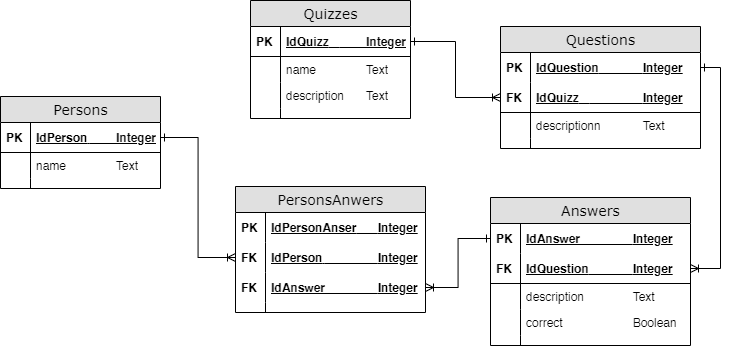
DavidCuy/pm_evaluation_system_backend keeps this draw.io diagram as documentation/database/ERD.png. Above is the earlier version. Source tidied: cells renumbered, new cells last; positions are measured from the earlier drawing's top-left corner, leaving out a move shared by most shapes.
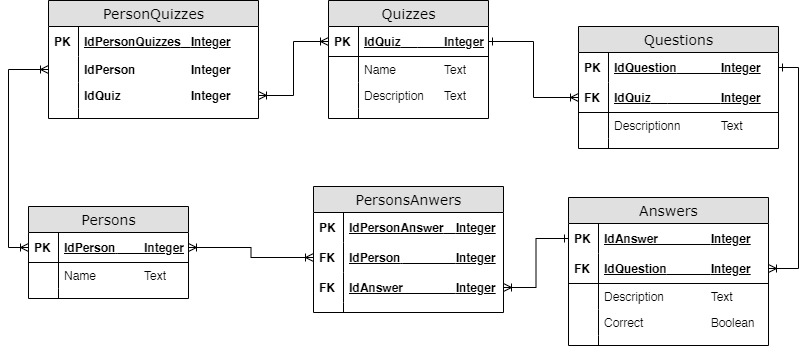
Above is the later version.

What changed in the source:
```diff
@@ -5,19 +5,19 @@
     <mxCell id="2" value="Quizzes" style="swimlane;html=1;fontStyle=0;horizontal=1;startSize=26;fillColor=#e0e0e0;swimlaneFillColor=#ffffff;align=center;rounded=0;shadow=0;comic=0;labelBackgroundColor=none;strokeWidth=1;fontFamily=Verdana;fontSize=14;swimlaneLine=1;" parent="1" vertex="1">
       <mxGeometry x="250" width="160" height="118" as="geometry" />
     </mxCell>
-    <mxCell id="3" value="IdQuizz&lt;span style=&quot;white-space: pre&quot;&gt;&#9;&lt;/span&gt;&lt;span style=&quot;white-space: pre&quot;&gt;&#9;&lt;/span&gt;Integer" style="shape=partialRectangle;top=0;left=0;right=0;bottom=1;html=1;align=left;verticalAlign=middle;fillColor=none;spacingLeft=34;spacingRight=4;whiteSpace=wrap;overflow=hidden;points=[[0,0.5],[1,0.5]];portConstraint=eastwest;fontStyle=5;" parent="2" vertex="1">
+    <mxCell id="3" value="IdQuiz&lt;span style=&quot;white-space: pre&quot;&gt;&#9;&lt;/span&gt;&lt;span style=&quot;white-space: pre&quot;&gt;&#9;&lt;/span&gt;Integer" style="shape=partialRectangle;top=0;left=0;right=0;bottom=1;html=1;align=left;verticalAlign=middle;fillColor=none;spacingLeft=34;spacingRight=4;whiteSpace=wrap;overflow=hidden;points=[[0,0.5],[1,0.5]];portConstraint=eastwest;fontStyle=5;" parent="2" vertex="1">
       <mxGeometry y="26" width="160" height="30" as="geometry" />
     </mxCell>
     <mxCell id="4" value="&lt;b&gt;PK&lt;/b&gt;" style="shape=partialRectangle;top=0;left=0;bottom=0;html=1;fillColor=none;align=left;verticalAlign=middle;spacingLeft=4;spacingRight=4;whiteSpace=wrap;overflow=hidden;" parent="3" vertex="1">
       <mxGeometry width="30" height="30" as="geometry" />
     </mxCell>
-    <mxCell id="5" value="name&lt;span style=&quot;white-space: pre&quot;&gt;&#9;&lt;/span&gt;&lt;span style=&quot;white-space: pre&quot;&gt;&#9;&lt;/span&gt;Text" style="shape=partialRectangle;top=0;left=0;right=0;bottom=0;html=1;align=left;verticalAlign=top;fillColor=none;spacingLeft=34;spacingRight=4;whiteSpace=wrap;overflow=hidden;" parent="2" vertex="1">
+    <mxCell id="5" value="Name&lt;span style=&quot;white-space: pre&quot;&gt;&#9;&lt;/span&gt;&lt;span style=&quot;white-space: pre&quot;&gt;&#9;&lt;/span&gt;Text" style="shape=partialRectangle;top=0;left=0;right=0;bottom=0;html=1;align=left;verticalAlign=top;fillColor=none;spacingLeft=34;spacingRight=4;whiteSpace=wrap;overflow=hidden;" parent="2" vertex="1">
       <mxGeometry y="56" width="160" height="26" as="geometry" />
     </mxCell>
     <mxCell id="6" style="shape=partialRectangle;top=0;left=0;bottom=0;html=1;fillColor=none;align=left;verticalAlign=top;spacingLeft=4;spacingRight=4;whiteSpace=wrap;overflow=hidden;" parent="5" vertex="1">
       <mxGeometry width="30" height="26" as="geometry" />
     </mxCell>
-    <mxCell id="7" value="description&lt;span style=&quot;white-space: pre&quot;&gt;&#9;&lt;/span&gt;Text" style="shape=partialRectangle;top=0;left=0;right=0;bottom=0;html=1;align=left;verticalAlign=top;fillColor=none;spacingLeft=34;spacingRight=4;whiteSpace=wrap;overflow=hidden;" parent="2" vertex="1">
+    <mxCell id="7" value="Description&lt;span style=&quot;white-space: pre&quot;&gt;&#9;&lt;/span&gt;Text" style="shape=partialRectangle;top=0;left=0;right=0;bottom=0;html=1;align=left;verticalAlign=top;fillColor=none;spacingLeft=34;spacingRight=4;whiteSpace=wrap;overflow=hidden;" parent="2" vertex="1">
       <mxGeometry y="82" width="160" height="26" as="geometry" />
     </mxCell>
     <mxCell id="8" style="shape=partialRectangle;top=0;left=0;bottom=0;html=1;fillColor=none;align=left;verticalAlign=top;spacingLeft=4;spacingRight=4;whiteSpace=wrap;overflow=hidden;" parent="7" vertex="1">
@@ -38,13 +38,13 @@
     <mxCell id="13" value="&lt;b&gt;PK&lt;/b&gt;" style="shape=partialRectangle;top=0;left=0;bottom=0;html=1;fillColor=none;align=left;verticalAlign=middle;spacingLeft=4;spacingRight=4;whiteSpace=wrap;overflow=hidden;" parent="12" vertex="1">
       <mxGeometry width="30" height="30" as="geometry" />
     </mxCell>
-    <mxCell id="14" value="IdQuizz&lt;span style=&quot;white-space: pre&quot;&gt;&#9;&lt;/span&gt;&lt;span style=&quot;white-space: pre&quot;&gt;&#9;&lt;span style=&quot;white-space: pre&quot;&gt;&#9;&lt;/span&gt;&lt;/span&gt;Integer" style="shape=partialRectangle;top=0;left=0;right=0;bottom=1;html=1;align=left;verticalAlign=middle;fillColor=none;spacingLeft=34;spacingRight=4;whiteSpace=wrap;overflow=hidden;points=[[0,0.5],[1,0.5]];portConstraint=eastwest;fontStyle=5;" parent="11" vertex="1">
+    <mxCell id="14" value="IdQuiz&lt;span style=&quot;white-space: pre&quot;&gt;&#9;&lt;/span&gt;&lt;span style=&quot;white-space: pre&quot;&gt;&#9;&lt;/span&gt;&lt;span style=&quot;white-space: pre&quot;&gt;&#9;&lt;/span&gt;Integer" style="shape=partialRectangle;top=0;left=0;right=0;bottom=1;html=1;align=left;verticalAlign=middle;fillColor=none;spacingLeft=34;spacingRight=4;whiteSpace=wrap;overflow=hidden;points=[[0,0.5],[1,0.5]];portConstraint=eastwest;fontStyle=5;" parent="11" vertex="1">
       <mxGeometry y="56" width="200" height="30" as="geometry" />
     </mxCell>
     <mxCell id="15" value="&lt;b&gt;FK&lt;/b&gt;" style="shape=partialRectangle;top=0;left=0;bottom=0;html=1;fillColor=none;align=left;verticalAlign=middle;spacingLeft=4;spacingRight=4;whiteSpace=wrap;overflow=hidden;" parent="14" vertex="1">
       <mxGeometry width="30" height="30" as="geometry" />
     </mxCell>
-    <mxCell id="16" value="descriptionn&lt;span style=&quot;white-space: pre&quot;&gt;&#9;&lt;/span&gt;&lt;span style=&quot;white-space: pre&quot;&gt;&#9;&lt;/span&gt;Text" style="shape=partialRectangle;top=0;left=0;right=0;bottom=0;html=1;align=left;verticalAlign=top;fillColor=none;spacingLeft=34;spacingRight=4;whiteSpace=wrap;overflow=hidden;" parent="11" vertex="1">
+    <mxCell id="16" value="Descriptionn&lt;span style=&quot;white-space: pre&quot;&gt;&#9;&lt;/span&gt;&lt;span style=&quot;white-space: pre&quot;&gt;&#9;&lt;/span&gt;Text" style="shape=partialRectangle;top=0;left=0;right=0;bottom=0;html=1;align=left;verticalAlign=top;fillColor=none;spacingLeft=34;spacingRight=4;whiteSpace=wrap;overflow=hidden;" parent="11" vertex="1">
       <mxGeometry y="86" width="200" height="26" as="geometry" />
     </mxCell>
     <mxCell id="17" style="shape=partialRectangle;top=0;left=0;bottom=0;html=1;fillColor=none;align=left;verticalAlign=top;spacingLeft=4;spacingRight=4;whiteSpace=wrap;overflow=hidden;" parent="16" vertex="1">
@@ -74,13 +74,13 @@
     <mxCell id="25" value="&lt;b&gt;FK&lt;/b&gt;" style="shape=partialRectangle;top=0;left=0;bottom=0;html=1;fillColor=none;align=left;verticalAlign=middle;spacingLeft=4;spacingRight=4;whiteSpace=wrap;overflow=hidden;" parent="24" vertex="1">
       <mxGeometry width="30" height="30" as="geometry" />
     </mxCell>
-    <mxCell id="26" value="description&lt;span style=&quot;white-space: pre&quot;&gt;&#9;&lt;/span&gt;&lt;span style=&quot;white-space: pre&quot;&gt;&#9;&lt;/span&gt;Text" style="shape=partialRectangle;top=0;left=0;right=0;bottom=0;html=1;align=left;verticalAlign=top;fillColor=none;spacingLeft=34;spacingRight=4;whiteSpace=wrap;overflow=hidden;" parent="21" vertex="1">
+    <mxCell id="26" value="Description&lt;span style=&quot;white-space: pre&quot;&gt;&#9;&lt;/span&gt;&lt;span style=&quot;white-space: pre&quot;&gt;&#9;&lt;/span&gt;Text" style="shape=partialRectangle;top=0;left=0;right=0;bottom=0;html=1;align=left;verticalAlign=top;fillColor=none;spacingLeft=34;spacingRight=4;whiteSpace=wrap;overflow=hidden;" parent="21" vertex="1">
       <mxGeometry y="86" width="200" height="26" as="geometry" />
     </mxCell>
     <mxCell id="27" style="shape=partialRectangle;top=0;left=0;bottom=0;html=1;fillColor=none;align=left;verticalAlign=top;spacingLeft=4;spacingRight=4;whiteSpace=wrap;overflow=hidden;" parent="26" vertex="1">
       <mxGeometry width="30" height="26" as="geometry" />
     </mxCell>
-    <mxCell id="28" value="correct&lt;span style=&quot;white-space: pre&quot;&gt;&#9;&lt;/span&gt;&lt;span style=&quot;white-space: pre&quot;&gt;&#9;&lt;/span&gt;&lt;span style=&quot;white-space: pre&quot;&gt;&#9;&lt;/span&gt;Boolean" style="shape=partialRectangle;top=0;left=0;right=0;bottom=0;html=1;align=left;verticalAlign=top;fillColor=none;spacingLeft=34;spacingRight=4;whiteSpace=wrap;overflow=hidden;" parent="21" vertex="1">
+    <mxCell id="28" value="Correct&lt;span style=&quot;white-space: pre&quot;&gt;&#9;&lt;/span&gt;&lt;span style=&quot;white-space: pre&quot;&gt;&#9;&lt;/span&gt;&lt;span style=&quot;white-space: pre&quot;&gt;&#9;&lt;/span&gt;Boolean" style="shape=partialRectangle;top=0;left=0;right=0;bottom=0;html=1;align=left;verticalAlign=top;fillColor=none;spacingLeft=34;spacingRight=4;whiteSpace=wrap;overflow=hidden;" parent="21" vertex="1">
       <mxGeometry y="112" width="200" height="26" as="geometry" />
     </mxCell>
     <mxCell id="29" style="shape=partialRectangle;top=0;left=0;bottom=0;html=1;fillColor=none;align=left;verticalAlign=top;spacingLeft=4;spacingRight=4;whiteSpace=wrap;overflow=hidden;" parent="28" vertex="1">
@@ -93,7 +93,7 @@
       <mxGeometry width="30" height="10" as="geometry" />
     </mxCell>
     <mxCell id="32" value="Persons" style="swimlane;html=1;fontStyle=0;horizontal=1;startSize=26;fillColor=#e0e0e0;swimlaneFillColor=#ffffff;align=center;rounded=0;shadow=0;comic=0;labelBackgroundColor=none;strokeWidth=1;fontFamily=Verdana;fontSize=14;swimlaneLine=1;" parent="1" vertex="1">
-      <mxGeometry y="96" width="160" height="92" as="geometry" />
+      <mxGeometry x="-50" y="206" width="160" height="92" as="geometry" />
     </mxCell>
     <mxCell id="33" value="IdPerson&lt;span style=&quot;white-space: pre&quot;&gt;&#9;&lt;/span&gt;&lt;span style=&quot;white-space: pre&quot;&gt;&#9;&lt;/span&gt;Integer" style="shape=partialRectangle;top=0;left=0;right=0;bottom=1;html=1;align=left;verticalAlign=middle;fillColor=none;spacingLeft=34;spacingRight=4;whiteSpace=wrap;overflow=hidden;points=[[0,0.5],[1,0.5]];portConstraint=eastwest;fontStyle=5;" parent="32" vertex="1">
       <mxGeometry y="26" width="160" height="30" as="geometry" />
@@ -101,7 +101,7 @@
     <mxCell id="34" value="&lt;b&gt;PK&lt;/b&gt;" style="shape=partialRectangle;top=0;left=0;bottom=0;html=1;fillColor=none;align=left;verticalAlign=middle;spacingLeft=4;spacingRight=4;whiteSpace=wrap;overflow=hidden;" parent="33" vertex="1">
       <mxGeometry width="30" height="30" as="geometry" />
     </mxCell>
-    <mxCell id="35" value="name&lt;span style=&quot;white-space: pre&quot;&gt;&#9;&lt;/span&gt;&lt;span style=&quot;white-space: pre&quot;&gt;&#9;&lt;/span&gt;Text" style="shape=partialRectangle;top=0;left=0;right=0;bottom=0;html=1;align=left;verticalAlign=top;fillColor=none;spacingLeft=34;spacingRight=4;whiteSpace=wrap;overflow=hidden;" parent="32" vertex="1">
+    <mxCell id="35" value="Name&lt;span style=&quot;white-space: pre&quot;&gt;&#9;&lt;/span&gt;&lt;span style=&quot;white-space: pre&quot;&gt;&#9;&lt;/span&gt;Text" style="shape=partialRectangle;top=0;left=0;right=0;bottom=0;html=1;align=left;verticalAlign=top;fillColor=none;spacingLeft=34;spacingRight=4;whiteSpace=wrap;overflow=hidden;" parent="32" vertex="1">
       <mxGeometry y="56" width="160" height="26" as="geometry" />
     </mxCell>
     <mxCell id="36" style="shape=partialRectangle;top=0;left=0;bottom=0;html=1;fillColor=none;align=left;verticalAlign=top;spacingLeft=4;spacingRight=4;whiteSpace=wrap;overflow=hidden;" parent="35" vertex="1">
@@ -116,7 +116,7 @@
     <mxCell id="39" value="PersonsAnwers" style="swimlane;html=1;fontStyle=0;horizontal=1;startSize=26;fillColor=#e0e0e0;swimlaneFillColor=#ffffff;align=center;rounded=0;shadow=0;comic=0;labelBackgroundColor=none;strokeWidth=1;fontFamily=Verdana;fontSize=14;swimlaneLine=1;" parent="1" vertex="1">
       <mxGeometry x="235" y="186" width="190" height="126" as="geometry" />
     </mxCell>
-    <mxCell id="40" value="IdPersonAnser&lt;span style=&quot;white-space: pre&quot;&gt;&#9;&lt;/span&gt;Integer" style="shape=partialRectangle;top=0;left=0;right=0;bottom=0;html=1;align=left;verticalAlign=middle;fillColor=none;spacingLeft=34;spacingRight=4;whiteSpace=wrap;overflow=hidden;fontStyle=5;" parent="39" vertex="1">
+    <mxCell id="40" value="IdPersonAnswer&lt;span style=&quot;white-space: pre&quot;&gt;&#9;&lt;/span&gt;Integer" style="shape=partialRectangle;top=0;left=0;right=0;bottom=0;html=1;align=left;verticalAlign=middle;fillColor=none;spacingLeft=34;spacingRight=4;whiteSpace=wrap;overflow=hidden;fontStyle=5;" parent="39" vertex="1">
       <mxGeometry y="26" width="190" height="30" as="geometry" />
     </mxCell>
     <mxCell id="41" value="&lt;b&gt;PK&lt;/b&gt;" style="shape=partialRectangle;top=0;left=0;bottom=0;html=1;fillColor=none;align=left;verticalAlign=middle;spacingLeft=4;spacingRight=4;whiteSpace=wrap;overflow=hidden;" parent="40" vertex="1">
@@ -146,8 +146,41 @@
     <mxCell id="49" style="edgeStyle=orthogonalEdgeStyle;rounded=0;jettySize=auto;html=1;exitX=0;exitY=0.5;exitDx=0;exitDy=0;entryX=1;entryY=0.5;entryDx=0;entryDy=0;startArrow=ERone;startFill=0;endArrow=ERoneToMany;endFill=0;" parent="1" edge="1" source="22" target="44">
       <mxGeometry relative="1" as="geometry" />
     </mxCell>
-    <mxCell id="50" style="edgeStyle=orthogonalEdgeStyle;rounded=0;jettySize=auto;html=1;entryX=0;entryY=0.5;entryDx=0;entryDy=0;startArrow=ERone;startFill=0;endArrow=ERoneToMany;endFill=0;" parent="1" edge="1" source="33" target="42">
+    <mxCell id="50" style="edgeStyle=orthogonalEdgeStyle;rounded=0;jettySize=auto;html=1;entryX=0;entryY=0.5;entryDx=0;entryDy=0;startArrow=ERoneToMany;startFill=0;endArrow=ERoneToMany;endFill=0;" parent="1" edge="1" source="33" target="42">
       <mxGeometry relative="1" as="geometry" />
     </mxCell>
+    <mxCell id="51" value="PersonQuizzes" style="swimlane;html=1;fontStyle=0;horizontal=1;startSize=26;fillColor=#e0e0e0;swimlaneFillColor=#ffffff;align=center;rounded=0;shadow=0;comic=0;labelBackgroundColor=none;strokeWidth=1;fontFamily=Verdana;fontSize=14;swimlaneLine=1;" parent="1" vertex="1">
+      <mxGeometry x="-30" width="210" height="118" as="geometry" />
+    </mxCell>
+    <mxCell id="52" value="IdPersonQuizzes&lt;span style=&quot;white-space: pre&quot;&gt;&#9;&lt;/span&gt;Integer" style="shape=partialRectangle;top=0;left=0;right=0;bottom=0;html=1;align=left;verticalAlign=middle;fillColor=none;spacingLeft=34;spacingRight=4;whiteSpace=wrap;overflow=hidden;fontStyle=5;" parent="51" vertex="1">
+      <mxGeometry y="26" width="210" height="30" as="geometry" />
+    </mxCell>
+    <mxCell id="53" value="&lt;b&gt;PK&lt;/b&gt;" style="shape=partialRectangle;top=0;left=0;bottom=0;html=1;fillColor=none;align=left;verticalAlign=middle;spacingLeft=4;spacingRight=4;whiteSpace=wrap;overflow=hidden;" parent="52" vertex="1">
+      <mxGeometry width="30" height="30" as="geometry" />
+    </mxCell>
+    <mxCell id="54" value="&lt;span style=&quot;font-weight: 700&quot;&gt;IdPerson&lt;/span&gt;&lt;span style=&quot;font-weight: 700&quot;&gt;&#9;&lt;span style=&quot;white-space: pre&quot;&gt;&#9;&lt;/span&gt;&lt;span style=&quot;white-space: pre&quot;&gt;&#9;&lt;/span&gt;I&lt;/span&gt;&lt;span style=&quot;font-weight: 700&quot;&gt;nteger&lt;/span&gt;" style="shape=partialRectangle;top=0;left=0;right=0;bottom=0;html=1;align=left;verticalAlign=top;fillColor=none;spacingLeft=34;spacingRight=4;whiteSpace=wrap;overflow=hidden;points=[[0,0.5],[1,0.5]];portConstraint=eastwest;" parent="51" vertex="1">
+      <mxGeometry y="56" width="210" height="26" as="geometry" />
+    </mxCell>
+    <mxCell id="55" style="shape=partialRectangle;top=0;left=0;bottom=0;html=1;fillColor=none;align=left;verticalAlign=top;spacingLeft=4;spacingRight=4;whiteSpace=wrap;overflow=hidden;" parent="54" vertex="1">
+      <mxGeometry width="30" height="26" as="geometry" />
+    </mxCell>
+    <mxCell id="56" value="&lt;span style=&quot;font-weight: 700&quot;&gt;IdQuiz&lt;span style=&quot;white-space: pre&quot;&gt;&#9;&lt;span style=&quot;white-space: pre&quot;&gt;&#9;&lt;/span&gt;&lt;span style=&quot;white-space: pre&quot;&gt;&#9;&lt;/span&gt;&lt;/span&gt;&lt;/span&gt;&lt;span style=&quot;font-weight: 700&quot;&gt;Integer&lt;/span&gt;" style="shape=partialRectangle;top=0;left=0;right=0;bottom=0;html=1;align=left;verticalAlign=top;fillColor=none;spacingLeft=34;spacingRight=4;whiteSpace=wrap;overflow=hidden;points=[[0,0.5],[1,0.5]];portConstraint=eastwest;" parent="51" vertex="1">
+      <mxGeometry y="82" width="210" height="26" as="geometry" />
+    </mxCell>
+    <mxCell id="57" style="shape=partialRectangle;top=0;left=0;bottom=0;html=1;fillColor=none;align=left;verticalAlign=top;spacingLeft=4;spacingRight=4;whiteSpace=wrap;overflow=hidden;" parent="56" vertex="1">
+      <mxGeometry width="30" height="26" as="geometry" />
+    </mxCell>
+    <mxCell id="58" style="shape=partialRectangle;top=0;left=0;right=0;bottom=0;html=1;align=left;verticalAlign=top;fillColor=none;spacingLeft=34;spacingRight=4;whiteSpace=wrap;overflow=hidden;" parent="51" vertex="1">
+      <mxGeometry y="108" width="210" height="10" as="geometry" />
+    </mxCell>
+    <mxCell id="59" style="shape=partialRectangle;top=0;left=0;bottom=0;html=1;fillColor=none;align=left;verticalAlign=top;spacingLeft=4;spacingRight=4;whiteSpace=wrap;overflow=hidden;" parent="58" vertex="1">
+      <mxGeometry width="30" height="10" as="geometry" />
+    </mxCell>
+    <mxCell id="60" style="edgeStyle=orthogonalEdgeStyle;rounded=0;jettySize=auto;html=1;exitX=0;exitY=0.5;exitDx=0;exitDy=0;entryX=0;entryY=0.5;entryDx=0;entryDy=0;startArrow=ERoneToMany;startFill=0;endArrow=ERoneToMany;endFill=0;" parent="1" edge="1" source="33" target="54">
+      <mxGeometry relative="1" as="geometry" />
+    </mxCell>
+    <mxCell id="61" style="edgeStyle=orthogonalEdgeStyle;rounded=0;jettySize=auto;html=1;exitX=1;exitY=0.5;exitDx=0;exitDy=0;entryX=0;entryY=0.5;entryDx=0;entryDy=0;startArrow=ERoneToMany;startFill=0;endArrow=ERoneToMany;endFill=0;" parent="1" edge="1" source="56" target="3">
+      <mxGeometry relative="1" as="geometry" />
+    </mxCell>
   </root>
 </mxGraphModel>
```
